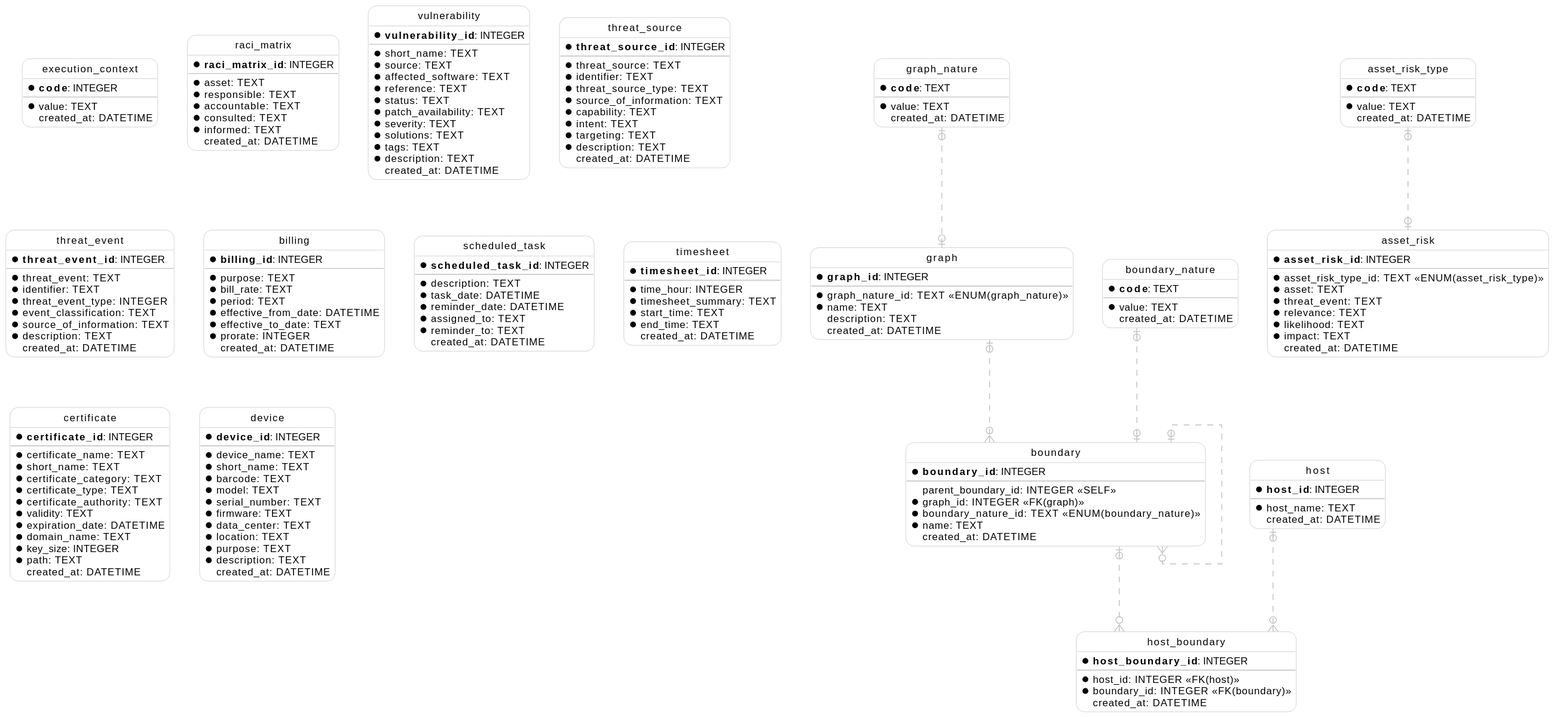
Earlier version of the PlantUML export support/docs/models.svg (geovlazar/core).
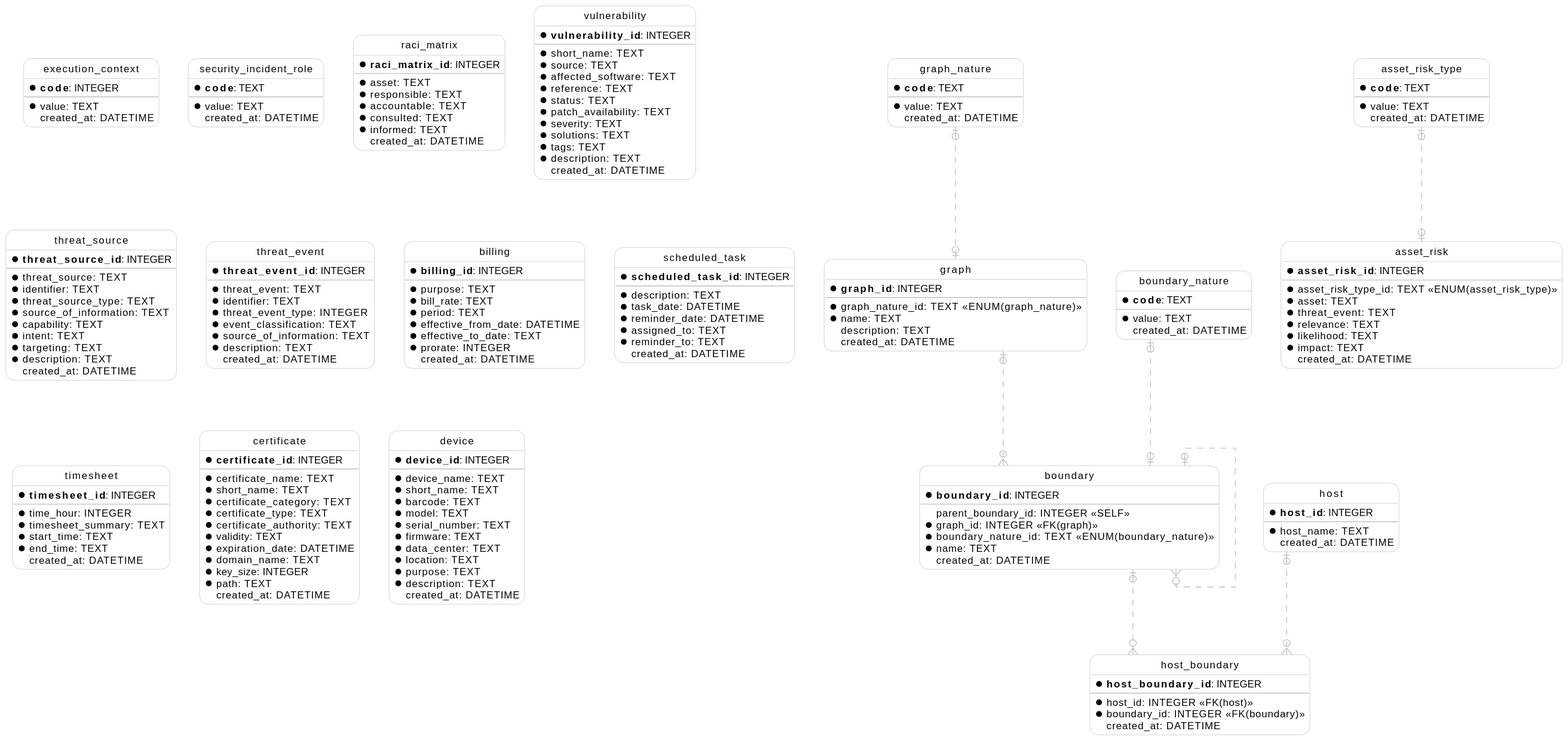
The same diagram one commit later.

What changed in the source:
```diff
@@ -32,6 +32,13 @@
   }
 
   entity "asset_risk_type" as asset_risk_type {
+    * **code**: TEXT
+    --
+    * value: TEXT
+      created_at: DATETIME
+  }
+
+  entity "security_incident_role" as security_incident_role {
     * **code**: TEXT
     --
     * value: TEXT
```
